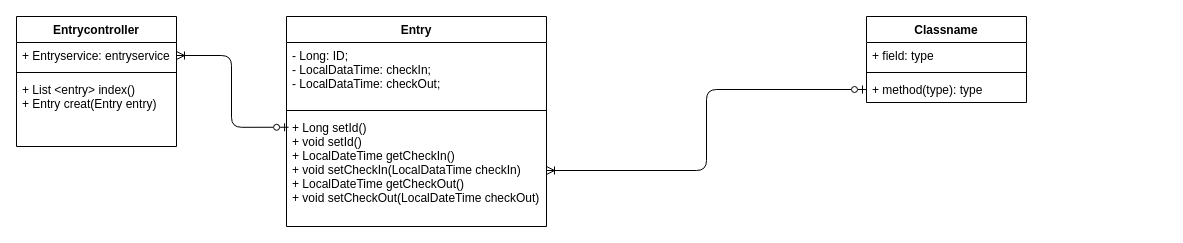
This is .devcontainer/punchClock/classDiagrmm.drawio from SamuelWachter/modul223, a draw.io file, before an edit. Source tidied: cells renumbered, new cells numbered last; positions are measured from the earlier drawing's top-left corner, leaving out a move shared by most shapes. Both pictures are drawn from the tidied source at 100%, with x=0, y=0 at pixel (16, 16).
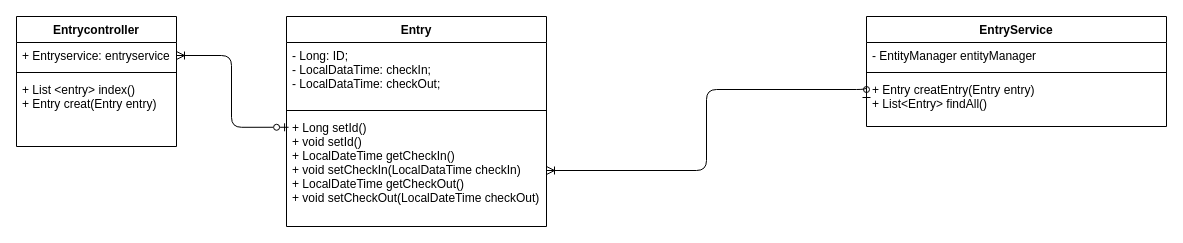
The same diagram, later.

Change to the diagram source:
```diff
@@
 <mxGraphModel>
   <root>
     <mxCell id="0" />
     <mxCell id="1" parent="0" />
     <mxCell id="2" value="Entrycontroller" style="swimlane;fontStyle=1;align=center;verticalAlign=top;horizontal=1;startSize=26;" parent="1" vertex="1">
       <mxGeometry width="160" height="130" as="geometry" />
     </mxCell>
     <mxCell id="3" value="+ Entryservice: entryservice" style="text;strokeColor=none;fillColor=none;align=left;verticalAlign=top;spacingLeft=4;spacingRight=4;overflow=hidden;points=[[0,0.5],[1,0.5]];portConstraint=eastwest;" parent="2" vertex="1">
       <mxGeometry y="26" width="160" height="26" as="geometry" />
     </mxCell>
     <mxCell id="4" style="line;strokeWidth=1;fillColor=none;align=left;verticalAlign=middle;spacingTop=-1;spacingLeft=3;spacingRight=3;labelPosition=right;strokeColor=inherit;" parent="2" vertex="1">
       <mxGeometry y="52" width="160" height="8" as="geometry" />
     </mxCell>
     <mxCell id="5" value="+ List &lt;entry&gt; index()&#10;+ Entry creat(Entry entry)&#10;" style="text;strokeColor=none;fillColor=none;align=left;verticalAlign=top;spacingLeft=4;spacingRight=4;overflow=hidden;" parent="2" vertex="1">
       <mxGeometry y="60" width="160" height="70" as="geometry" />
     </mxCell>
     <mxCell id="6" value="Entry" style="swimlane;fontStyle=1;align=center;verticalAlign=top;horizontal=1;startSize=26;" parent="1" vertex="1">
       <mxGeometry x="270" width="260" height="210" as="geometry" />
     </mxCell>
     <mxCell id="7" value="- Long: ID;&#10;- LocalDataTime: checkIn;&#10;- LocalDataTime: checkOut;&#10;" style="text;strokeColor=none;fillColor=none;align=left;verticalAlign=top;spacingLeft=4;spacingRight=4;overflow=hidden;" parent="6" vertex="1">
       <mxGeometry y="26" width="260" height="64" as="geometry" />
     </mxCell>
     <mxCell id="8" style="line;strokeWidth=1;fillColor=none;align=left;verticalAlign=middle;spacingTop=-1;spacingLeft=3;spacingRight=3;labelPosition=right;strokeColor=inherit;" parent="6" vertex="1">
       <mxGeometry y="90" width="260" height="8" as="geometry" />
     </mxCell>
     <mxCell id="9" value="+ Long setId()&#10;+ void setId()&#10;+ LocalDateTime getCheckIn()&#10;+ void setCheckIn(LocalDataTime checkIn)&#10;+ LocalDateTime getCheckOut()&#10;+ void setCheckOut(LocalDateTime checkOut)" style="text;strokeColor=none;fillColor=none;align=left;verticalAlign=top;spacingLeft=4;spacingRight=4;overflow=hidden;points=[[0,0.5],[1,0.5]];portConstraint=eastwest;" parent="6" vertex="1">
       <mxGeometry y="98" width="260" height="112" as="geometry" />
     </mxCell>
     <mxCell id="10" style="edgeStyle=orthogonalEdgeStyle;html=1;exitX=1;exitY=0.5;exitDx=0;exitDy=0;entryX=0.008;entryY=0.114;entryDx=0;entryDy=0;entryPerimeter=0;startArrow=ERoneToMany;startFill=0;endArrow=ERzeroToOne;endFill=0;" parent="1" edge="1" source="3" target="9">
       <mxGeometry relative="1" as="geometry" />
     </mxCell>
-    <mxCell id="11" value="Classname" style="swimlane;fontStyle=1;align=center;verticalAlign=top;horizontal=1;startSize=26;" parent="1" vertex="1">
-      <mxGeometry x="850" width="160" height="86" as="geometry" />
+    <mxCell id="11" value="EntryService" style="swimlane;fontStyle=1;align=center;verticalAlign=top;horizontal=1;startSize=26;" parent="1" vertex="1">
+      <mxGeometry x="850" width="300" height="110" as="geometry" />
     </mxCell>
-    <mxCell id="12" value="+ field: type" style="text;strokeColor=none;fillColor=none;align=left;verticalAlign=top;spacingLeft=4;spacingRight=4;overflow=hidden;" parent="11" vertex="1">
-      <mxGeometry y="26" width="160" height="26" as="geometry" />
+    <mxCell id="12" value="- EntityManager entityManager" style="text;strokeColor=none;fillColor=none;align=left;verticalAlign=top;spacingLeft=4;spacingRight=4;overflow=hidden;" parent="11" vertex="1">
+      <mxGeometry y="26" width="300" height="26" as="geometry" />
     </mxCell>
     <mxCell id="13" style="line;strokeWidth=1;fillColor=none;align=left;verticalAlign=middle;spacingTop=-1;spacingLeft=3;spacingRight=3;labelPosition=right;strokeColor=inherit;" parent="11" vertex="1">
-      <mxGeometry y="52" width="160" height="8" as="geometry" />
+      <mxGeometry y="52" width="300" height="8" as="geometry" />
     </mxCell>
-    <mxCell id="14" value="+ method(type): type" style="text;strokeColor=none;fillColor=none;align=left;verticalAlign=top;spacingLeft=4;spacingRight=4;overflow=hidden;points=[[0,0.5],[1,0.5]];portConstraint=eastwest;" parent="11" vertex="1">
-      <mxGeometry y="60" width="160" height="26" as="geometry" />
+    <mxCell id="14" value="+ Entry creatEntry(Entry entry)&#10;+ List&lt;Entry&gt; findAll()" style="text;strokeColor=none;fillColor=none;align=left;verticalAlign=top;spacingLeft=4;spacingRight=4;overflow=hidden;points=[[0,0.5],[1,0.5]];portConstraint=eastwest;" parent="11" vertex="1">
+      <mxGeometry y="60" width="300" height="50" as="geometry" />
     </mxCell>
     <mxCell id="15" style="edgeStyle=orthogonalEdgeStyle;html=1;exitX=1;exitY=0.5;exitDx=0;exitDy=0;entryX=0;entryY=0.5;entryDx=0;entryDy=0;startArrow=ERoneToMany;startFill=0;endArrow=ERzeroToOne;endFill=0;" parent="1" edge="1" source="9" target="14">
-      <mxGeometry relative="1" as="geometry" />
+      <mxGeometry relative="1" as="geometry">
+        <Array as="points">
+          <mxPoint x="690" y="154" />
+          <mxPoint x="690" y="73" />
+        </Array>
+      </mxGeometry>
     </mxCell>
   </root>
 </mxGraphModel>
```
